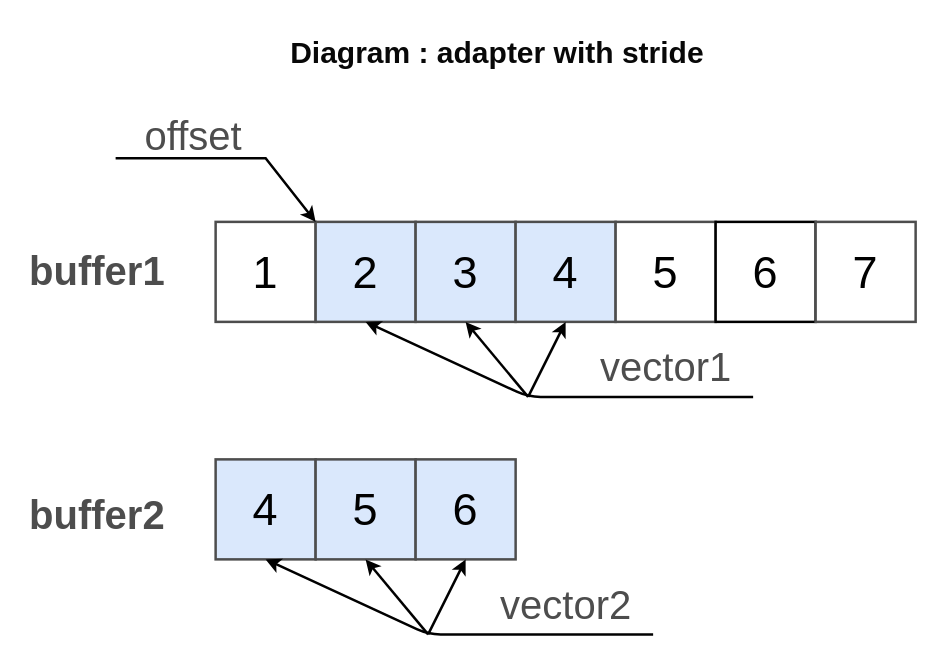
Above: page "FromRange" (2 of 2) of doc/img/VectorAdapterFrom.drawio in Wandalen/wMathVector (draw.io), before the change. Source tidied: cells renumbered, new cells numbered last; positions are measured from the earlier drawing's top-left corner, leaving out a move shared by most shapes. Both pictures are drawn from the tidied source at 125%, with x=0, y=0 at pixel (21, 21).
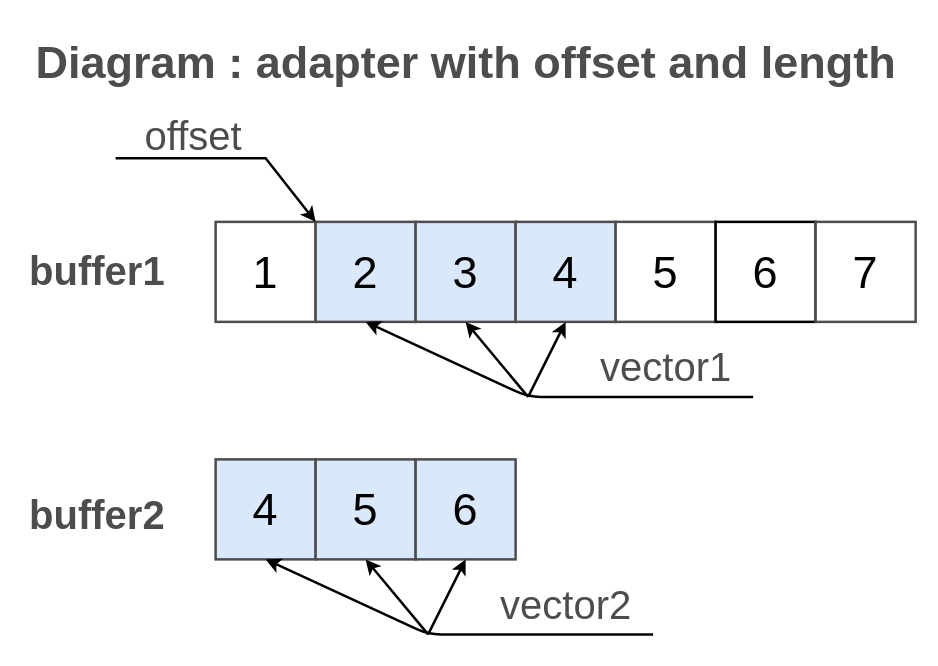
The same diagram, later.

Diff of the diagram source:
```diff
@@
-<mxGraphModel background="#ffffff">
+<mxGraphModel>
@@
-    <mxCell id="24" value="Diagram : adapter with stride" style="text;html=1;align=center;verticalAlign=middle;fontSize=24;fontColor=#080808;fontStyle=1;" parent="1" vertex="1">
-      <mxGeometry x="125" width="510" height="50" as="geometry" />
-    </mxCell>
+    <mxCell id="25" value="Diagram : adapter with offset and length" style="text;html=1;align=center;verticalAlign=middle;fontSize=36;fontColor=#4D4D4D;fontStyle=1;" parent="1" vertex="1">
+      <mxGeometry x="5" y="7" width="700" height="50" as="geometry" />
+    </mxCell>
```
